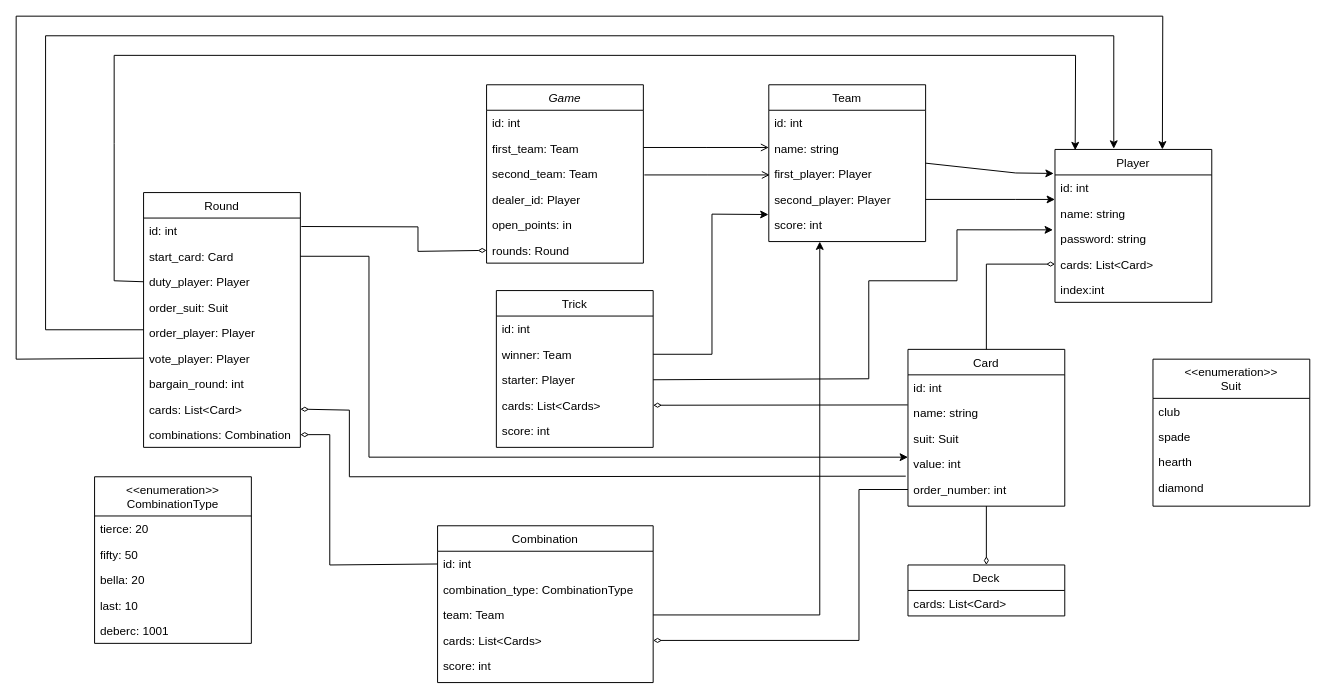
Before: docu/deberc.drawio in mikeyaremenko/deberc, a draw.io diagram. Source tidied: cells renumbered, new cells numbered last; positions are measured from the earlier drawing's top-left corner, leaving out a move shared by most shapes. Both pictures are drawn from the tidied source at 98%, with x=0, y=0 at pixel (16, 16).
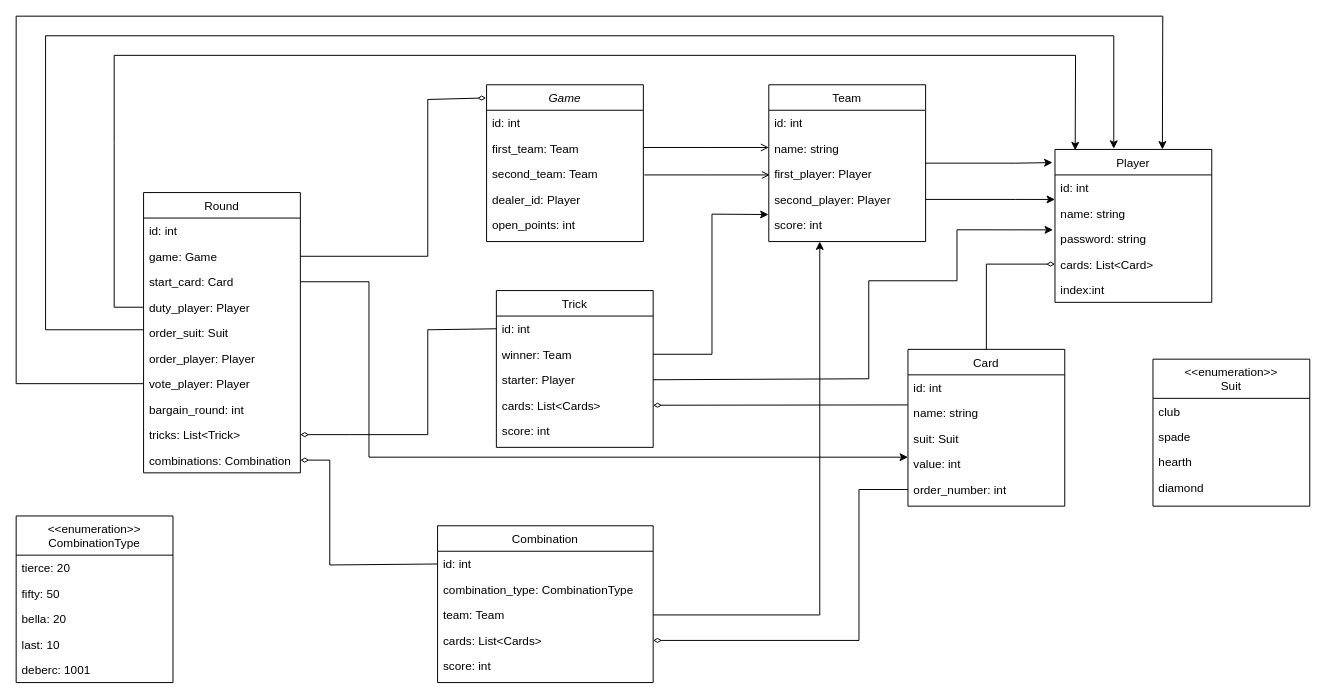
The same diagram, later.

Commit message (it also covers changes not shown here):
feat: add initial db migration & udpate architecture diagram

Unchanged cells that the change refers to:
```xml
<mxCell id="9" value="Team" style="swimlane;fontStyle=0;align=center;verticalAlign=top;horizontal=1;startSize=26;rounded=0;shadow=0;strokeWidth=1;" parent="1" vertex="1">
  <mxGeometry x="768" y="70" width="160" height="160" as="geometry" />
</mxCell>
<mxCell id="16" value="Player" style="swimlane;fontStyle=0;align=center;verticalAlign=top;horizontal=1;startSize=26;rounded=0;shadow=0;strokeWidth=1;" parent="1" vertex="1">
  <mxGeometry x="1060" y="136" width="160" height="156" as="geometry" />
</mxCell>
<mxCell id="24" value="Card" style="swimlane;fontStyle=0;align=center;verticalAlign=top;horizontal=1;startSize=26;rounded=0;shadow=0;strokeWidth=1;" parent="1" vertex="1">
  <mxGeometry x="910" y="340" width="160" height="160" as="geometry" />
</mxCell>
<mxCell id="28" value="value: int" style="text;align=left;verticalAlign=top;spacingLeft=4;spacingRight=4;overflow=hidden;points=[[0,0.5],[1,0.5]];portConstraint=eastwest;rounded=0;shadow=0;html=0;" parent="24" vertex="1">
  <mxGeometry y="104" width="160" height="26" as="geometry" />
</mxCell>
<mxCell id="29" value="order_number: int" style="text;align=left;verticalAlign=top;spacingLeft=4;spacingRight=4;overflow=hidden;points=[[0,0.5],[1,0.5]];portConstraint=eastwest;rounded=0;shadow=0;html=0;" parent="24" vertex="1">
  <mxGeometry y="130" width="160" height="26" as="geometry" />
</mxCell>
<mxCell id="40" value="id: int" style="text;align=left;verticalAlign=top;spacingLeft=4;spacingRight=4;overflow=hidden;points=[[0,0.5],[1,0.5]];portConstraint=eastwest;" parent="39" vertex="1">
  <mxGeometry y="26" width="160" height="26" as="geometry" />
</mxCell>
<mxCell id="49" value="id: int" style="text;align=left;verticalAlign=top;spacingLeft=4;spacingRight=4;overflow=hidden;points=[[0,0.5],[1,0.5]];portConstraint=eastwest;" parent="48" vertex="1">
  <mxGeometry y="26" width="160" height="26" as="geometry" />
</mxCell>
<mxCell id="64" value="id: int" style="text;align=left;verticalAlign=top;spacingLeft=4;spacingRight=4;overflow=hidden;points=[[0,0.5],[1,0.5]];portConstraint=eastwest;" parent="63" vertex="1">
  <mxGeometry y="26" width="220" height="26" as="geometry" />
</mxCell>
```

Change to the diagram source:
```diff
@@
     <mxCell id="2" value="Game" style="swimlane;fontStyle=2;align=center;verticalAlign=top;horizontal=1;startSize=26;rounded=0;shadow=0;strokeWidth=1;" parent="1" vertex="1">
-      <mxGeometry x="480" y="70" width="160" height="182" as="geometry" />
+      <mxGeometry x="480" y="70" width="160" height="160" as="geometry" />
     </mxCell>
@@
-    <mxCell id="7" value="open_points: in" style="text;align=left;verticalAlign=top;spacingLeft=4;spacingRight=4;overflow=hidden;rounded=0;shadow=0;html=0;" parent="2" vertex="1">
+    <mxCell id="7" value="open_points: int" style="text;align=left;verticalAlign=top;spacingLeft=4;spacingRight=4;overflow=hidden;rounded=0;shadow=0;html=0;" parent="2" vertex="1">
       <mxGeometry y="130" width="160" height="26" as="geometry" />
     </mxCell>
-    <mxCell id="8" value="rounds: Round" style="text;align=left;verticalAlign=top;spacingLeft=4;spacingRight=4;overflow=hidden;points=[[0,0.5],[1,0.5]];portConstraint=eastwest;rounded=0;shadow=0;html=0;" parent="2" vertex="1">
-      <mxGeometry y="156" width="160" height="26" as="geometry" />
-    </mxCell>
@@
-    <mxCell id="22" style="endArrow=classic;html=1;rounded=0;exitX=1;exitY=0.5;exitDx=0;exitDy=0;entryX=-0.008;entryY=0.157;entryDx=0;entryDy=0;entryPerimeter=0;" parent="1" edge="1" source="9" target="16">
+    <mxCell id="22" style="endArrow=classic;html=1;rounded=0;exitX=1;exitY=0.5;exitDx=0;exitDy=0;entryX=-0.016;entryY=0.086;entryDx=0;entryDy=0;entryPerimeter=0;" parent="1" edge="1" source="9" target="16">
       <mxGeometry relative="1" as="geometry">
         <Array as="points">
-          <mxPoint x="1020" y="160" />
+          <mxPoint x="1020" y="150" />
         </Array>
       </mxGeometry>
     </mxCell>
@@
-    <mxCell id="36" value="Deck" style="swimlane;fontStyle=0;align=center;verticalAlign=top;horizontal=1;startSize=26;rounded=0;shadow=0;strokeWidth=1;" parent="1" vertex="1">
-      <mxGeometry x="910" y="560" width="160" height="52" as="geometry" />
-    </mxCell>
-    <mxCell id="37" value="cards: List&lt;Card&gt;" style="text;align=left;verticalAlign=top;spacingLeft=4;spacingRight=4;overflow=hidden;" parent="36" vertex="1">
-      <mxGeometry y="26" width="160" height="26" as="geometry" />
-    </mxCell>
-    <mxCell id="38" style="endArrow=diamondThin;html=1;rounded=0;entryX=0.5;entryY=0;entryDx=0;entryDy=0;exitX=0.5;exitY=1;exitDx=0;exitDy=0;endFill=0;" parent="1" edge="1" source="24" target="36">
-      <mxGeometry relative="1" as="geometry" />
-    </mxCell>
@@
     <mxCell id="48" value="Round" style="swimlane;fontStyle=0;align=center;verticalAlign=top;horizontal=1;startSize=26;rounded=0;shadow=0;strokeWidth=1;" parent="1" vertex="1">
-      <mxGeometry x="130" y="180" width="160" height="260" as="geometry" />
+      <mxGeometry x="130" y="180" width="160" height="286" as="geometry" />
     </mxCell>
@@
+    <mxCell id="80" value="game: Game" style="text;align=left;verticalAlign=top;spacingLeft=4;spacingRight=4;overflow=hidden;points=[[0,0.5],[1,0.5]];portConstraint=eastwest;" parent="48" vertex="1">
+      <mxGeometry y="52" width="160" height="26" as="geometry" />
+    </mxCell>
     <mxCell id="50" value="start_card: Card" style="text;align=left;verticalAlign=top;spacingLeft=4;spacingRight=4;overflow=hidden;points=[[0,0.5],[1,0.5]];portConstraint=eastwest;rounded=0;shadow=0;html=0;" parent="48" vertex="1">
-      <mxGeometry y="52" width="160" height="26" as="geometry" />
+      <mxGeometry y="78" width="160" height="26" as="geometry" />
     </mxCell>
     <mxCell id="51" value="duty_player: Player" style="text;align=left;verticalAlign=top;spacingLeft=4;spacingRight=4;overflow=hidden;points=[[0,0.5],[1,0.5]];portConstraint=eastwest;rounded=0;shadow=0;html=0;" parent="48" vertex="1">
-      <mxGeometry y="78" width="160" height="26" as="geometry" />
+      <mxGeometry y="104" width="160" height="26" as="geometry" />
     </mxCell>
     <mxCell id="52" value="order_suit: Suit" style="text;align=left;verticalAlign=top;spacingLeft=4;spacingRight=4;overflow=hidden;rounded=0;shadow=0;html=0;" parent="48" vertex="1">
-      <mxGeometry y="104" width="160" height="26" as="geometry" />
+      <mxGeometry y="130" width="160" height="26" as="geometry" />
     </mxCell>
     <mxCell id="53" value="order_player: Player" style="text;align=left;verticalAlign=top;spacingLeft=4;spacingRight=4;overflow=hidden;rounded=0;shadow=0;html=0;" parent="48" vertex="1">
-      <mxGeometry y="130" width="160" height="26" as="geometry" />
+      <mxGeometry y="156" width="160" height="26" as="geometry" />
     </mxCell>
     <mxCell id="54" value="vote_player: Player" style="text;align=left;verticalAlign=top;spacingLeft=4;spacingRight=4;overflow=hidden;points=[[0,0.5],[1,0.5]];portConstraint=eastwest;rounded=0;shadow=0;html=0;" parent="48" vertex="1">
-      <mxGeometry y="156" width="160" height="26" as="geometry" />
+      <mxGeometry y="182" width="160" height="26" as="geometry" />
     </mxCell>
     <mxCell id="55" value="bargain_round: int" style="text;align=left;verticalAlign=top;spacingLeft=4;spacingRight=4;overflow=hidden;rounded=0;shadow=0;html=0;" parent="48" vertex="1">
-      <mxGeometry y="182" width="160" height="26" as="geometry" />
+      <mxGeometry y="208" width="160" height="26" as="geometry" />
     </mxCell>
-    <mxCell id="56" value="cards: List&lt;Card&gt;" style="text;align=left;verticalAlign=top;spacingLeft=4;spacingRight=4;overflow=hidden;points=[[0,0.5],[1,0.5]];portConstraint=eastwest;rounded=0;shadow=0;html=0;" parent="48" vertex="1">
-      <mxGeometry y="208" width="160" height="26" as="geometry" />
+    <mxCell id="56" value="tricks: List&lt;Trick&gt;" style="text;align=left;verticalAlign=top;spacingLeft=4;spacingRight=4;overflow=hidden;points=[[0,0.5],[1,0.5]];portConstraint=eastwest;rounded=0;shadow=0;html=0;" parent="48" vertex="1">
+      <mxGeometry y="234" width="160" height="26" as="geometry" />
     </mxCell>
     <mxCell id="57" value="combinations: Combination" style="text;align=left;verticalAlign=top;spacingLeft=4;spacingRight=4;overflow=hidden;points=[[0,0.5],[1,0.5]];portConstraint=eastwest;rounded=0;shadow=0;html=0;" parent="48" vertex="1">
-      <mxGeometry y="234" width="160" height="26" as="geometry" />
+      <mxGeometry y="260" width="160" height="26" as="geometry" />
     </mxCell>
-    <mxCell id="58" style="endArrow=diamondThin;html=1;rounded=0;entryX=0;entryY=0.5;entryDx=0;entryDy=0;exitX=1.006;exitY=0.332;exitDx=0;exitDy=0;endFill=0;exitPerimeter=0;" parent="1" edge="1" source="49" target="8">
+    <mxCell id="58" style="endArrow=diamondThin;html=1;rounded=0;entryX=-0.003;entryY=0.084;entryDx=0;entryDy=0;exitX=1;exitY=0.5;exitDx=0;exitDy=0;endFill=0;entryPerimeter=0;" parent="1" edge="1" source="80" target="2">
       <mxGeometry relative="1" as="geometry">
         <Array as="points">
-          <mxPoint x="410" y="215" />
-          <mxPoint x="410" y="240" />
+          <mxPoint x="420" y="245" />
+          <mxPoint x="420" y="85" />
         </Array>
       </mxGeometry>
     </mxCell>
     <mxCell id="59" style="endArrow=classic;html=1;rounded=0;exitX=1;exitY=0.5;exitDx=0;exitDy=0;entryX=0;entryY=0.231;entryDx=0;entryDy=0;entryPerimeter=0;" parent="1" edge="1" source="50" target="28">
       <mxGeometry relative="1" as="geometry">
         <Array as="points">
-          <mxPoint x="360" y="245" />
+          <mxPoint x="360" y="271" />
           <mxPoint x="360" y="450" />
         </Array>
       </mxGeometry>
     </mxCell>
     <mxCell id="60" style="endArrow=classic;html=1;rounded=0;exitX=0;exitY=0.5;exitDx=0;exitDy=0;entryX=0.129;entryY=0.005;entryDx=0;entryDy=0;entryPerimeter=0;" parent="1" edge="1" source="51" target="16">
       <mxGeometry relative="1" as="geometry">
         <Array as="points">
-          <mxPoint x="100" y="270" />
+          <mxPoint x="100" y="297" />
           <mxPoint x="100" y="130" />
           <mxPoint x="100" y="40" />
           <mxPoint x="1081" y="40" />
         </Array>
       </mxGeometry>
     </mxCell>
@@
     <mxCell id="62" style="endArrow=classic;html=1;rounded=0;entryX=0.685;entryY=0;entryDx=0;entryDy=0;entryPerimeter=0;exitX=0;exitY=0.5;exitDx=0;exitDy=0;" parent="1" edge="1" source="54" target="16">
       <mxGeometry relative="1" as="geometry">
         <Array as="points">
-          <mxPoint y="350" />
+          <mxPoint y="375" />
           <mxPoint />
           <mxPoint x="1170" />
         </Array>
       </mxGeometry>
     </mxCell>
@@
     <mxCell id="69" style="endArrow=diamondThin;html=1;rounded=0;entryX=1;entryY=0.5;entryDx=0;entryDy=0;exitX=0;exitY=0.5;exitDx=0;exitDy=0;endFill=0;" parent="1" edge="1" source="64" target="57">
       <mxGeometry relative="1" as="geometry">
         <Array as="points">
           <mxPoint x="320" y="560" />
-          <mxPoint x="320" y="427" />
+          <mxPoint x="320" y="453" />
         </Array>
       </mxGeometry>
     </mxCell>
@@
     <mxCell id="72" value="&lt;&lt;enumeration&gt;&gt;&#10;CombinationType" style="swimlane;fontStyle=0;align=center;verticalAlign=top;horizontal=1;startSize=40;rounded=0;shadow=0;strokeWidth=1;" parent="1" vertex="1">
-      <mxGeometry x="80" y="470" width="160" height="170" as="geometry" />
+      <mxGeometry y="510" width="160" height="170" as="geometry" />
     </mxCell>
@@
-    <mxCell id="78" style="endArrow=diamondThin;html=1;rounded=0;entryX=1;entryY=0.5;entryDx=0;entryDy=0;exitX=-0.014;exitY=-0.024;exitDx=0;exitDy=0;endFill=0;exitPerimeter=0;" parent="1" edge="1" source="29" target="56">
+    <mxCell id="78" style="endArrow=diamondThin;html=1;rounded=0;entryX=1;entryY=0.5;entryDx=0;entryDy=0;exitX=0;exitY=0.5;exitDx=0;exitDy=0;endFill=0;" parent="1" edge="1" source="40" target="56">
       <mxGeometry relative="1" as="geometry">
         <Array as="points">
-          <mxPoint x="340" y="470" />
-          <mxPoint x="340" y="402" />
+          <mxPoint x="420" y="320" />
+          <mxPoint x="420" y="427" />
+          <mxPoint x="340" y="427" />
         </Array>
       </mxGeometry>
     </mxCell>
```
